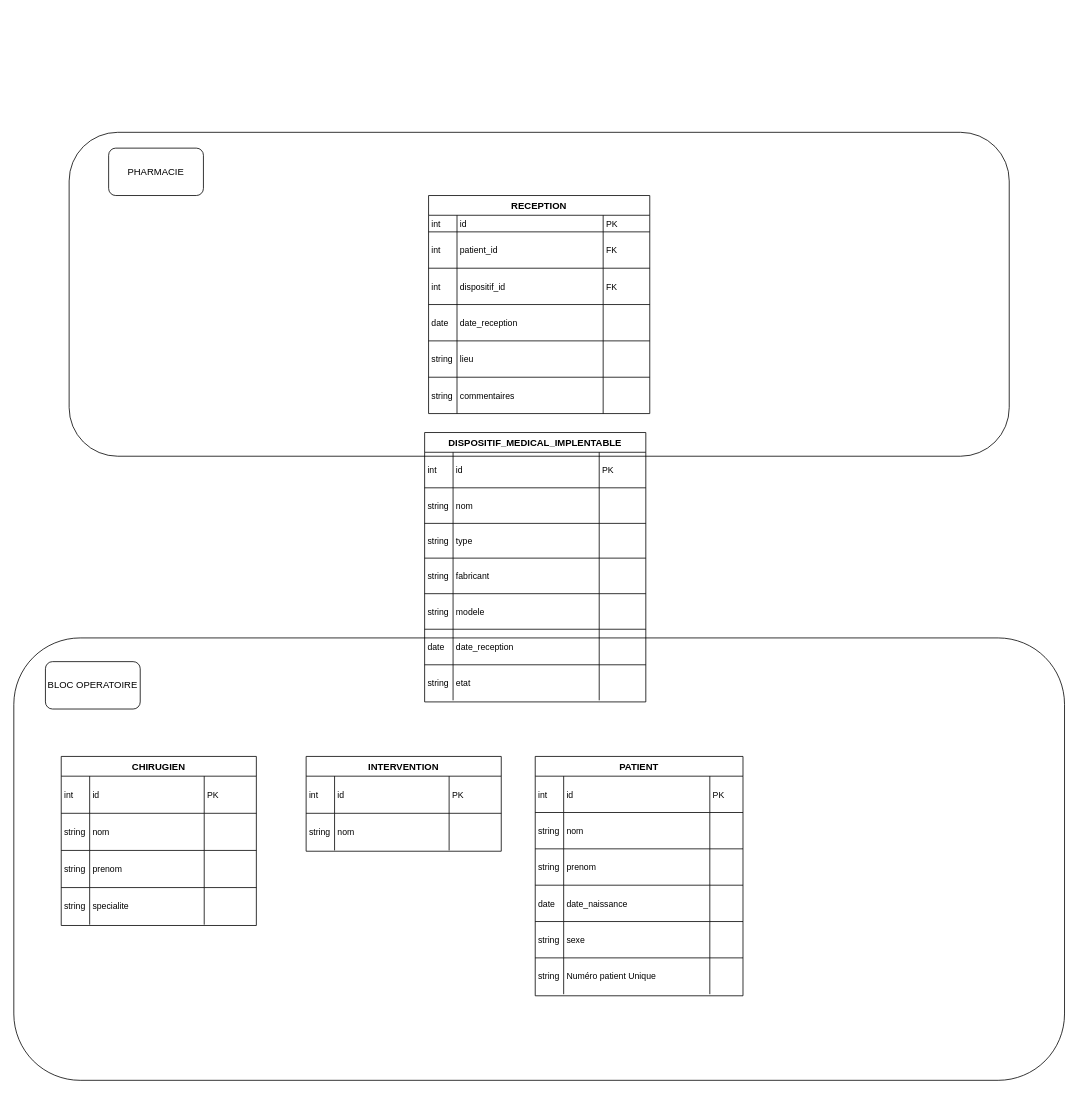
Above: schema_reception.drawio in antikkorps/schema_reception (draw.io), before the change. Source tidied: cells renumbered, new cells numbered last; positions are measured from the earlier drawing's top-left corner, leaving out a move shared by most shapes. Both pictures are drawn from the tidied source at 79%, with x=0, y=0 at pixel (13, 132).
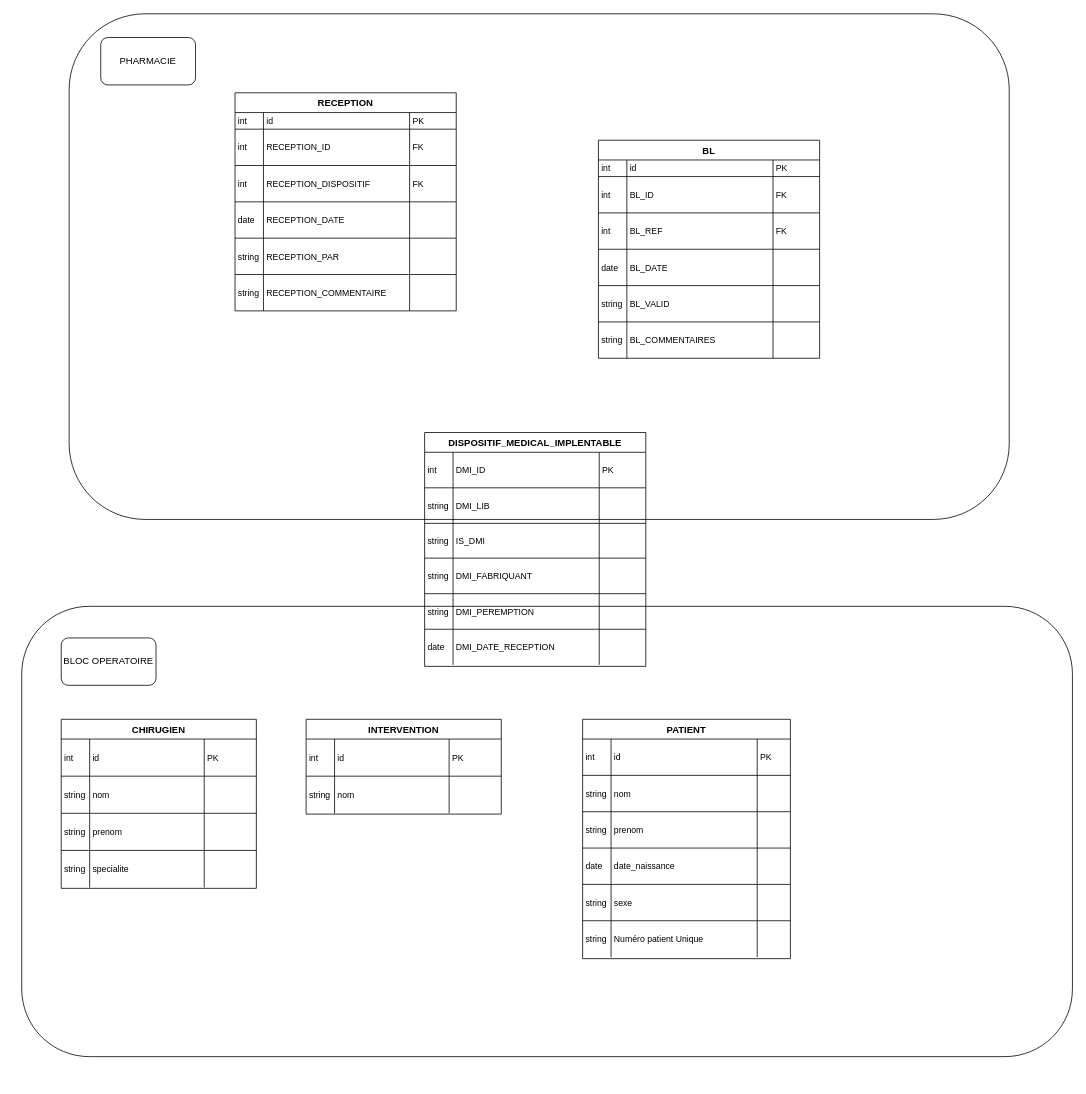
The same page after the edit.

Commit message (it also covers changes not shown here):
Mettre à jour schema_reception.drawio

Unchanged cells that the change refers to:
```xml
<mxCell id="30" style="shape=tableRow;horizontal=0;startSize=0;swimlaneHead=0;swimlaneBody=0;fillColor=none;top=0;left=0;right=0;bottom=0;" parent="29" vertex="1">
  <mxGeometry y="25" width="280" height="45" as="geometry" />
</mxCell>
<mxCell id="34" style="shape=tableRow;horizontal=0;startSize=0;swimlaneHead=0;swimlaneBody=0;fillColor=none;top=0;left=0;right=0;bottom=0;" parent="29" vertex="1">
  <mxGeometry y="70" width="280" height="45" as="geometry" />
</mxCell>
<mxCell id="38" style="shape=tableRow;horizontal=0;startSize=0;swimlaneHead=0;swimlaneBody=0;fillColor=none;top=0;left=0;right=0;bottom=0;" parent="29" vertex="1">
  <mxGeometry y="115" width="280" height="44" as="geometry" />
</mxCell>
<mxCell id="42" style="shape=tableRow;horizontal=0;startSize=0;swimlaneHead=0;swimlaneBody=0;fillColor=none;top=0;left=0;right=0;bottom=0;" parent="29" vertex="1">
  <mxGeometry y="159" width="280" height="45" as="geometry" />
</mxCell>
<mxCell id="46" style="shape=tableRow;horizontal=0;startSize=0;swimlaneHead=0;swimlaneBody=0;fillColor=none;top=0;left=0;right=0;bottom=0;" parent="29" vertex="1">
  <mxGeometry y="204" width="280" height="45" as="geometry" />
</mxCell>
<mxCell id="50" style="shape=tableRow;horizontal=0;startSize=0;swimlaneHead=0;swimlaneBody=0;fillColor=none;top=0;left=0;right=0;bottom=0;" parent="29" vertex="1">
  <mxGeometry y="249" width="280" height="45" as="geometry" />
</mxCell>
<mxCell id="63" style="shape=tableRow;horizontal=0;startSize=0;swimlaneHead=0;swimlaneBody=0;fillColor=none;top=0;left=0;right=0;bottom=0;" parent="58" vertex="1">
  <mxGeometry y="46" width="280" height="46" as="geometry" />
</mxCell>
<mxCell id="67" style="shape=tableRow;horizontal=0;startSize=0;swimlaneHead=0;swimlaneBody=0;fillColor=none;top=0;left=0;right=0;bottom=0;" parent="58" vertex="1">
  <mxGeometry y="92" width="280" height="46" as="geometry" />
</mxCell>
<mxCell id="71" style="shape=tableRow;horizontal=0;startSize=0;swimlaneHead=0;swimlaneBody=0;fillColor=none;top=0;left=0;right=0;bottom=0;" parent="58" vertex="1">
  <mxGeometry y="138" width="280" height="46" as="geometry" />
</mxCell>
<mxCell id="75" style="shape=tableRow;horizontal=0;startSize=0;swimlaneHead=0;swimlaneBody=0;fillColor=none;top=0;left=0;right=0;bottom=0;" parent="58" vertex="1">
  <mxGeometry y="184" width="280" height="46" as="geometry" />
</mxCell>
<mxCell id="79" style="shape=tableRow;horizontal=0;startSize=0;swimlaneHead=0;swimlaneBody=0;fillColor=none;top=0;left=0;right=0;bottom=0;" parent="58" vertex="1">
  <mxGeometry y="230" width="280" height="46" as="geometry" />
</mxCell>
```

What changed in the source:
```diff
@@
     <mxCell id="2" style="rounded=1;whiteSpace=wrap;html=1;" parent="1" vertex="1">
-      <mxGeometry y="640" width="1330" height="560" as="geometry" />
+      <mxGeometry x="10" y="600" width="1330" height="570" as="geometry" />
     </mxCell>
     <mxCell id="3" style="rounded=1;whiteSpace=wrap;html=1;" parent="1" vertex="1">
-      <mxGeometry x="70" width="1190" height="410" as="geometry" />
+      <mxGeometry x="70" y="-150" width="1190" height="640" as="geometry" />
     </mxCell>
     <mxCell id="4" value="PATIENT" style="shape=table;startSize=25;childLayout=tableLayout;rowLines=1;fontStyle=1;align=center;" parent="1" vertex="1">
-      <mxGeometry x="660" y="790" width="263" height="303" as="geometry" />
+      <mxGeometry x="720" y="743" width="263" height="303" as="geometry" />
     </mxCell>
@@
     <mxCell id="29" value="DISPOSITIF_MEDICAL_IMPLENTABLE" style="shape=table;startSize=25;childLayout=tableLayout;rowLines=1;fontStyle=1;align=center;" parent="1" vertex="1">
-      <mxGeometry x="520" y="380" width="280" height="341" as="geometry" />
+      <mxGeometry x="520" y="380" width="280" height="296" as="geometry" />
     </mxCell>
@@
-    <mxCell id="32" value="id" style="shape=partialRectangle;fillColor=none;top=0;left=0;bottom=0;right=0;align=left;spacingLeft=2;overflow=hidden;fontSize=11;" parent="30" vertex="1">
+    <mxCell id="32" value="DMI_ID" style="shape=partialRectangle;fillColor=none;top=0;left=0;bottom=0;right=0;align=left;spacingLeft=2;overflow=hidden;fontSize=11;" parent="30" vertex="1">
       <mxGeometry x="36" width="185" height="45" as="geometry" />
     </mxCell>
@@
-    <mxCell id="36" value="nom" style="shape=partialRectangle;fillColor=none;top=0;left=0;bottom=0;right=0;align=left;spacingLeft=2;overflow=hidden;fontSize=11;" parent="34" vertex="1">
+    <mxCell id="36" value="DMI_LIB" style="shape=partialRectangle;fillColor=none;top=0;left=0;bottom=0;right=0;align=left;spacingLeft=2;overflow=hidden;fontSize=11;" parent="34" vertex="1">
       <mxGeometry x="36" width="185" height="45" as="geometry" />
     </mxCell>
@@
-    <mxCell id="40" value="type" style="shape=partialRectangle;fillColor=none;top=0;left=0;bottom=0;right=0;align=left;spacingLeft=2;overflow=hidden;fontSize=11;" parent="38" vertex="1">
+    <mxCell id="40" value="IS_DMI" style="shape=partialRectangle;fillColor=none;top=0;left=0;bottom=0;right=0;align=left;spacingLeft=2;overflow=hidden;fontSize=11;" parent="38" vertex="1">
       <mxGeometry x="36" width="185" height="44" as="geometry" />
     </mxCell>
@@
-    <mxCell id="44" value="fabricant" style="shape=partialRectangle;fillColor=none;top=0;left=0;bottom=0;right=0;align=left;spacingLeft=2;overflow=hidden;fontSize=11;" parent="42" vertex="1">
+    <mxCell id="44" value="DMI_FABRIQUANT" style="shape=partialRectangle;fillColor=none;top=0;left=0;bottom=0;right=0;align=left;spacingLeft=2;overflow=hidden;fontSize=11;" parent="42" vertex="1">
       <mxGeometry x="36" width="185" height="45" as="geometry" />
     </mxCell>
@@
-    <mxCell id="48" value="modele" style="shape=partialRectangle;fillColor=none;top=0;left=0;bottom=0;right=0;align=left;spacingLeft=2;overflow=hidden;fontSize=11;" parent="46" vertex="1">
+    <mxCell id="48" value="DMI_PEREMPTION" style="shape=partialRectangle;fillColor=none;top=0;left=0;bottom=0;right=0;align=left;spacingLeft=2;overflow=hidden;fontSize=11;" parent="46" vertex="1">
       <mxGeometry x="36" width="185" height="45" as="geometry" />
     </mxCell>
@@
-    <mxCell id="52" value="date_reception" style="shape=partialRectangle;fillColor=none;top=0;left=0;bottom=0;right=0;align=left;spacingLeft=2;overflow=hidden;fontSize=11;" parent="50" vertex="1">
+    <mxCell id="52" value="DMI_DATE_RECEPTION" style="shape=partialRectangle;fillColor=none;top=0;left=0;bottom=0;right=0;align=left;spacingLeft=2;overflow=hidden;fontSize=11;" parent="50" vertex="1">
       <mxGeometry x="36" width="185" height="45" as="geometry" />
     </mxCell>
@@
-    <mxCell id="54" style="shape=tableRow;horizontal=0;startSize=0;swimlaneHead=0;swimlaneBody=0;fillColor=none;top=0;left=0;right=0;bottom=0;" parent="29" vertex="1">
-      <mxGeometry y="294" width="280" height="45" as="geometry" />
-    </mxCell>
-    <mxCell id="55" value="string" style="shape=partialRectangle;fillColor=none;top=0;left=0;bottom=0;right=0;align=left;spacingLeft=2;overflow=hidden;fontSize=11;" parent="54" vertex="1">
-      <mxGeometry width="36" height="45" as="geometry" />
-    </mxCell>
-    <mxCell id="56" value="etat" style="shape=partialRectangle;fillColor=none;top=0;left=0;bottom=0;right=0;align=left;spacingLeft=2;overflow=hidden;fontSize=11;" parent="54" vertex="1">
-      <mxGeometry x="36" width="185" height="45" as="geometry" />
-    </mxCell>
-    <mxCell id="57" style="shape=partialRectangle;fillColor=none;top=0;left=0;bottom=0;right=0;align=left;spacingLeft=2;overflow=hidden;fontSize=11;" parent="54" vertex="1">
-      <mxGeometry x="221" width="59" height="45" as="geometry" />
-    </mxCell>
     <mxCell id="58" value="RECEPTION" style="shape=table;startSize=25;childLayout=tableLayout;rowLines=1;fontStyle=1;align=center;" parent="1" vertex="1">
-      <mxGeometry x="525" y="80" width="280" height="276" as="geometry" />
+      <mxGeometry x="280" y="-50" width="280" height="276" as="geometry" />
     </mxCell>
@@
-    <mxCell id="65" value="patient_id" style="shape=partialRectangle;fillColor=none;top=0;left=0;bottom=0;right=0;align=left;spacingLeft=2;overflow=hidden;fontSize=11;" parent="63" vertex="1">
+    <mxCell id="65" value="RECEPTION_ID" style="shape=partialRectangle;fillColor=none;top=0;left=0;bottom=0;right=0;align=left;spacingLeft=2;overflow=hidden;fontSize=11;" parent="63" vertex="1">
       <mxGeometry x="36" width="185" height="46" as="geometry" />
     </mxCell>
@@
-    <mxCell id="69" value="dispositif_id" style="shape=partialRectangle;fillColor=none;top=0;left=0;bottom=0;right=0;align=left;spacingLeft=2;overflow=hidden;fontSize=11;" parent="67" vertex="1">
+    <mxCell id="69" value="RECEPTION_DISPOSITIF" style="shape=partialRectangle;fillColor=none;top=0;left=0;bottom=0;right=0;align=left;spacingLeft=2;overflow=hidden;fontSize=11;" parent="67" vertex="1">
       <mxGeometry x="36" width="185" height="46" as="geometry" />
     </mxCell>
@@
-    <mxCell id="73" value="date_reception" style="shape=partialRectangle;fillColor=none;top=0;left=0;bottom=0;right=0;align=left;spacingLeft=2;overflow=hidden;fontSize=11;" parent="71" vertex="1">
+    <mxCell id="73" value="RECEPTION_DATE" style="shape=partialRectangle;fillColor=none;top=0;left=0;bottom=0;right=0;align=left;spacingLeft=2;overflow=hidden;fontSize=11;" parent="71" vertex="1">
       <mxGeometry x="36" width="185" height="46" as="geometry" />
     </mxCell>
@@
-    <mxCell id="77" value="lieu" style="shape=partialRectangle;fillColor=none;top=0;left=0;bottom=0;right=0;align=left;spacingLeft=2;overflow=hidden;fontSize=11;" parent="75" vertex="1">
+    <mxCell id="77" value="RECEPTION_PAR" style="shape=partialRectangle;fillColor=none;top=0;left=0;bottom=0;right=0;align=left;spacingLeft=2;overflow=hidden;fontSize=11;" parent="75" vertex="1">
       <mxGeometry x="36" width="185" height="46" as="geometry" />
     </mxCell>
@@
-    <mxCell id="81" value="commentaires" style="shape=partialRectangle;fillColor=none;top=0;left=0;bottom=0;right=0;align=left;spacingLeft=2;overflow=hidden;fontSize=11;" parent="79" vertex="1">
+    <mxCell id="81" value="RECEPTION_COMMENTAIRE" style="shape=partialRectangle;fillColor=none;top=0;left=0;bottom=0;right=0;align=left;spacingLeft=2;overflow=hidden;fontSize=11;" parent="79" vertex="1">
       <mxGeometry x="36" width="185" height="46" as="geometry" />
     </mxCell>
@@
     <mxCell id="83" value="CHIRUGIEN" style="shape=table;startSize=25;childLayout=tableLayout;rowLines=1;fontStyle=1;align=center;" parent="1" vertex="1">
-      <mxGeometry x="60" y="790" width="247" height="214" as="geometry" />
+      <mxGeometry x="60" y="743" width="247" height="214" as="geometry" />
     </mxCell>
@@
     <mxCell id="100" value="INTERVENTION" style="shape=table;startSize=25;childLayout=tableLayout;rowLines=1;fontStyle=1;align=center;" parent="1" vertex="1">
-      <mxGeometry x="370" y="790" width="247" height="120" as="geometry" />
+      <mxGeometry x="370" y="743" width="247" height="120" as="geometry" />
     </mxCell>
@@
     <mxCell id="109" value="BLOC OPERATOIRE" style="rounded=1;whiteSpace=wrap;html=1;" parent="1" vertex="1">
-      <mxGeometry x="40" y="670" width="120" height="60" as="geometry" />
+      <mxGeometry x="60" y="640" width="120" height="60" as="geometry" />
     </mxCell>
     <mxCell id="110" value="PHARMACIE" style="rounded=1;whiteSpace=wrap;html=1;" parent="1" vertex="1">
-      <mxGeometry x="120" y="20" width="120" height="60" as="geometry" />
+      <mxGeometry x="110" y="-120" width="120" height="60" as="geometry" />
     </mxCell>
+    <mxCell id="111" value="BL" style="shape=table;startSize=25;childLayout=tableLayout;rowLines=1;fontStyle=1;align=center;" parent="1" vertex="1">
+      <mxGeometry x="740" y="10" width="280" height="276" as="geometry" />
+    </mxCell>
+    <mxCell id="112" style="shape=tableRow;horizontal=0;startSize=0;swimlaneHead=0;swimlaneBody=0;fillColor=none;top=0;left=0;right=0;bottom=0;" parent="111" vertex="1">
+      <mxGeometry y="25" width="280" height="21" as="geometry" />
+    </mxCell>
+    <mxCell id="113" value="int" style="shape=partialRectangle;fillColor=none;top=0;left=0;bottom=0;right=0;align=left;spacingLeft=2;overflow=hidden;fontSize=11;" parent="112" vertex="1">
+      <mxGeometry width="36" height="21" as="geometry" />
+    </mxCell>
+    <mxCell id="114" value="id" style="shape=partialRectangle;fillColor=none;top=0;left=0;bottom=0;right=0;align=left;spacingLeft=2;overflow=hidden;fontSize=11;" parent="112" vertex="1">
+      <mxGeometry x="36" width="185" height="21" as="geometry" />
+    </mxCell>
+    <mxCell id="115" value="PK" style="shape=partialRectangle;fillColor=none;top=0;left=0;bottom=0;right=0;align=left;spacingLeft=2;overflow=hidden;fontSize=11;" parent="112" vertex="1">
+      <mxGeometry x="221" width="59" height="21" as="geometry" />
+    </mxCell>
+    <mxCell id="116" style="shape=tableRow;horizontal=0;startSize=0;swimlaneHead=0;swimlaneBody=0;fillColor=none;top=0;left=0;right=0;bottom=0;" parent="111" vertex="1">
+      <mxGeometry y="46" width="280" height="46" as="geometry" />
+    </mxCell>
+    <mxCell id="117" value="int" style="shape=partialRectangle;fillColor=none;top=0;left=0;bottom=0;right=0;align=left;spacingLeft=2;overflow=hidden;fontSize=11;" parent="116" vertex="1">
+      <mxGeometry width="36" height="46" as="geometry" />
+    </mxCell>
+    <mxCell id="118" value="BL_ID" style="shape=partialRectangle;fillColor=none;top=0;left=0;bottom=0;right=0;align=left;spacingLeft=2;overflow=hidden;fontSize=11;" parent="116" vertex="1">
+      <mxGeometry x="36" width="185" height="46" as="geometry" />
+    </mxCell>
+    <mxCell id="119" value="FK" style="shape=partialRectangle;fillColor=none;top=0;left=0;bottom=0;right=0;align=left;spacingLeft=2;overflow=hidden;fontSize=11;" parent="116" vertex="1">
+      <mxGeometry x="221" width="59" height="46" as="geometry" />
+    </mxCell>
+    <mxCell id="120" style="shape=tableRow;horizontal=0;startSize=0;swimlaneHead=0;swimlaneBody=0;fillColor=none;top=0;left=0;right=0;bottom=0;" parent="111" vertex="1">
+      <mxGeometry y="92" width="280" height="46" as="geometry" />
+    </mxCell>
+    <mxCell id="121" value="int" style="shape=partialRectangle;fillColor=none;top=0;left=0;bottom=0;right=0;align=left;spacingLeft=2;overflow=hidden;fontSize=11;" parent="120" vertex="1">
+      <mxGeometry width="36" height="46" as="geometry" />
+    </mxCell>
+    <mxCell id="122" value="BL_REF" style="shape=partialRectangle;fillColor=none;top=0;left=0;bottom=0;right=0;align=left;spacingLeft=2;overflow=hidden;fontSize=11;" parent="120" vertex="1">
+      <mxGeometry x="36" width="185" height="46" as="geometry" />
+    </mxCell>
+    <mxCell id="123" value="FK" style="shape=partialRectangle;fillColor=none;top=0;left=0;bottom=0;right=0;align=left;spacingLeft=2;overflow=hidden;fontSize=11;" parent="120" vertex="1">
+      <mxGeometry x="221" width="59" height="46" as="geometry" />
+    </mxCell>
+    <mxCell id="124" style="shape=tableRow;horizontal=0;startSize=0;swimlaneHead=0;swimlaneBody=0;fillColor=none;top=0;left=0;right=0;bottom=0;" parent="111" vertex="1">
+      <mxGeometry y="138" width="280" height="46" as="geometry" />
+    </mxCell>
+    <mxCell id="125" value="date" style="shape=partialRectangle;fillColor=none;top=0;left=0;bottom=0;right=0;align=left;spacingLeft=2;overflow=hidden;fontSize=11;" parent="124" vertex="1">
+      <mxGeometry width="36" height="46" as="geometry" />
+    </mxCell>
+    <mxCell id="126" value="BL_DATE" style="shape=partialRectangle;fillColor=none;top=0;left=0;bottom=0;right=0;align=left;spacingLeft=2;overflow=hidden;fontSize=11;" parent="124" vertex="1">
+      <mxGeometry x="36" width="185" height="46" as="geometry" />
+    </mxCell>
+    <mxCell id="127" style="shape=partialRectangle;fillColor=none;top=0;left=0;bottom=0;right=0;align=left;spacingLeft=2;overflow=hidden;fontSize=11;" parent="124" vertex="1">
+      <mxGeometry x="221" width="59" height="46" as="geometry" />
+    </mxCell>
+    <mxCell id="128" style="shape=tableRow;horizontal=0;startSize=0;swimlaneHead=0;swimlaneBody=0;fillColor=none;top=0;left=0;right=0;bottom=0;" parent="111" vertex="1">
+      <mxGeometry y="184" width="280" height="46" as="geometry" />
+    </mxCell>
+    <mxCell id="129" value="string" style="shape=partialRectangle;fillColor=none;top=0;left=0;bottom=0;right=0;align=left;spacingLeft=2;overflow=hidden;fontSize=11;" parent="128" vertex="1">
+      <mxGeometry width="36" height="46" as="geometry" />
+    </mxCell>
+    <mxCell id="130" value="BL_VALID" style="shape=partialRectangle;fillColor=none;top=0;left=0;bottom=0;right=0;align=left;spacingLeft=2;overflow=hidden;fontSize=11;" parent="128" vertex="1">
+      <mxGeometry x="36" width="185" height="46" as="geometry" />
+    </mxCell>
+    <mxCell id="131" style="shape=partialRectangle;fillColor=none;top=0;left=0;bottom=0;right=0;align=left;spacingLeft=2;overflow=hidden;fontSize=11;" parent="128" vertex="1">
+      <mxGeometry x="221" width="59" height="46" as="geometry" />
+    </mxCell>
+    <mxCell id="132" style="shape=tableRow;horizontal=0;startSize=0;swimlaneHead=0;swimlaneBody=0;fillColor=none;top=0;left=0;right=0;bottom=0;" parent="111" vertex="1">
+      <mxGeometry y="230" width="280" height="46" as="geometry" />
+    </mxCell>
+    <mxCell id="133" value="string" style="shape=partialRectangle;fillColor=none;top=0;left=0;bottom=0;right=0;align=left;spacingLeft=2;overflow=hidden;fontSize=11;" parent="132" vertex="1">
+      <mxGeometry width="36" height="46" as="geometry" />
+    </mxCell>
+    <mxCell id="134" value="BL_COMMENTAIRES" style="shape=partialRectangle;fillColor=none;top=0;left=0;bottom=0;right=0;align=left;spacingLeft=2;overflow=hidden;fontSize=11;" parent="132" vertex="1">
+      <mxGeometry x="36" width="185" height="46" as="geometry" />
+    </mxCell>
+    <mxCell id="135" style="shape=partialRectangle;fillColor=none;top=0;left=0;bottom=0;right=0;align=left;spacingLeft=2;overflow=hidden;fontSize=11;" parent="132" vertex="1">
+      <mxGeometry x="221" width="59" height="46" as="geometry" />
+    </mxCell>
```
